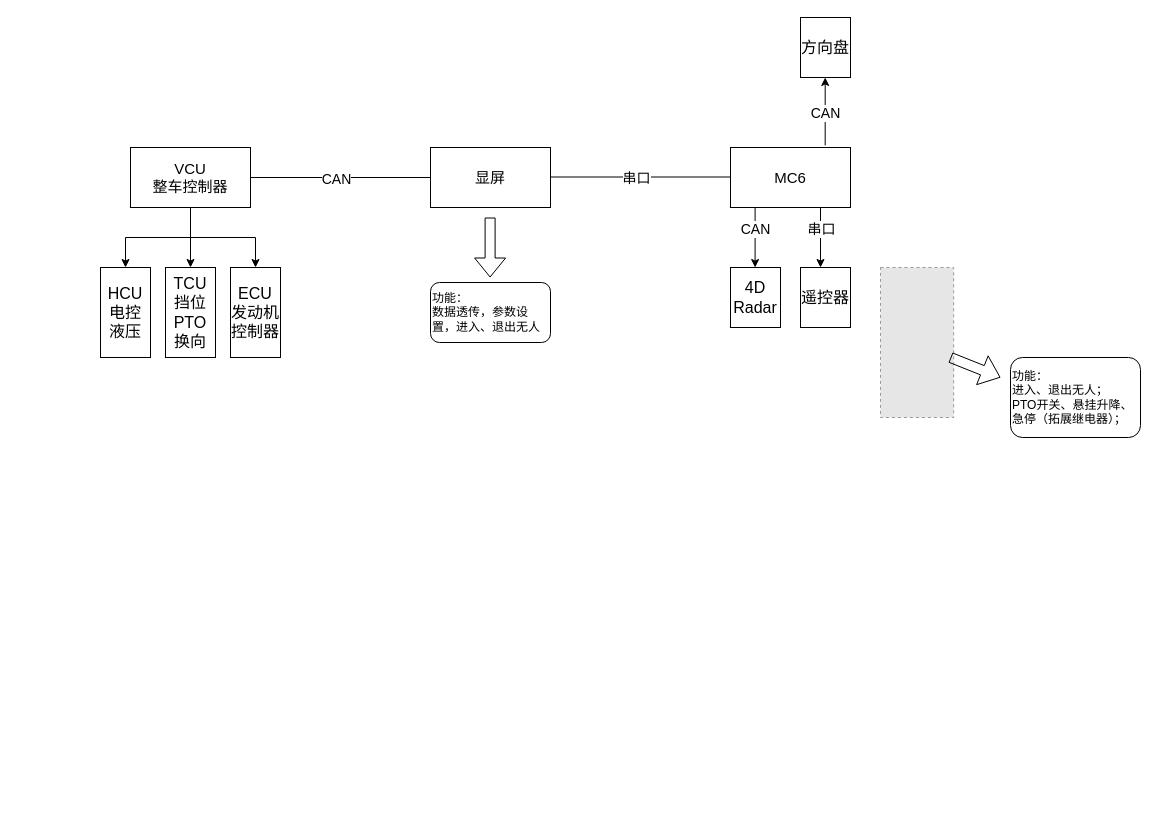
Hanye1108/drawio keeps this draw.io diagram as unis_常发.drawio. Above is the earlier version. Source tidied: cells renumbered, new cells numbered last; positions are measured from the earlier drawing's top-left corner, leaving out a move shared by most shapes. Both pictures are drawn from the tidied source at 100%, with x=0, y=0 at pixel (100, 17). Pictures stored in the file or linked from it are replaced by grey dashed boxes.
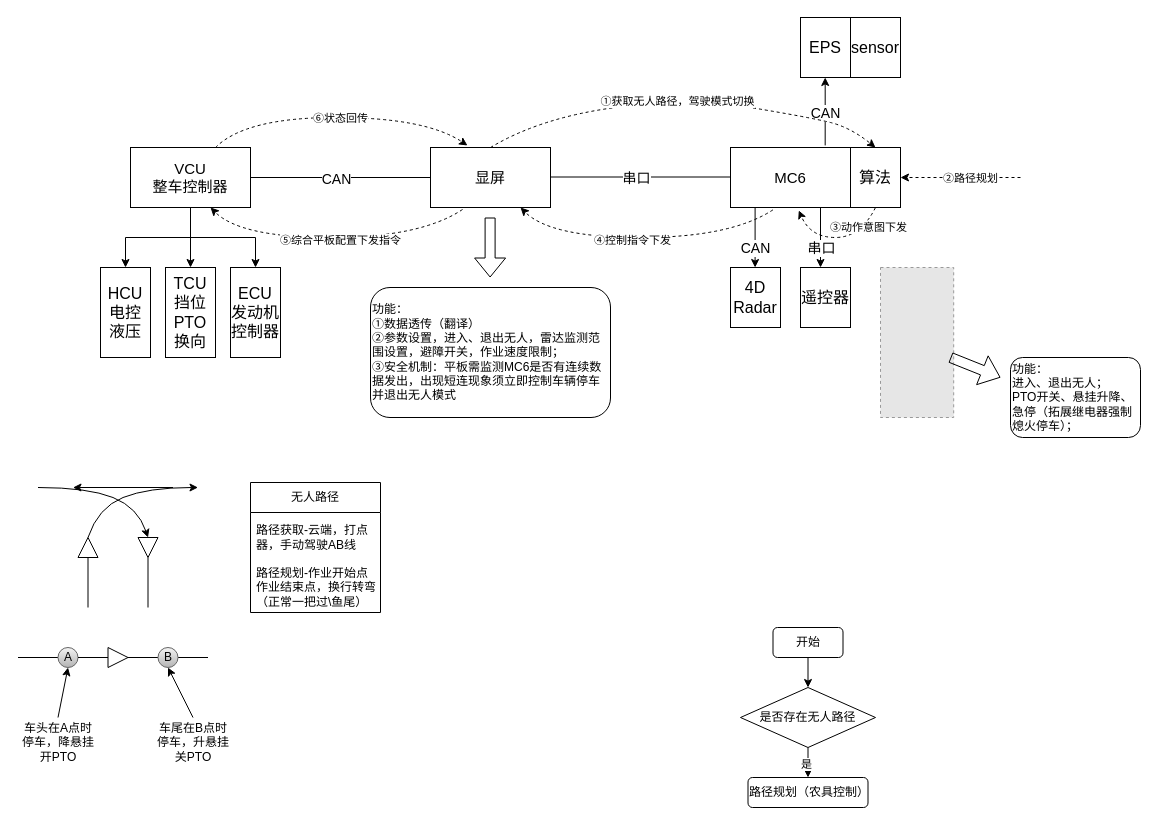
The same diagram, later.

The change refers to these unchanged cells:
```xml
<mxCell id="8" value="&lt;font style=&quot;font-size: 15px;&quot;&gt;显屏&lt;/font&gt;" style="rounded=0;whiteSpace=wrap;html=1;" parent="1" vertex="1">
  <mxGeometry x="330" y="130" width="120" height="60" as="geometry" />
</mxCell>
<mxCell id="9" value="&lt;font style=&quot;font-size: 15px;&quot;&gt;MC6&lt;/font&gt;" style="rounded=0;whiteSpace=wrap;html=1;" parent="1" vertex="1">
  <mxGeometry x="630" y="130" width="120" height="60" as="geometry" />
</mxCell>
<mxCell id="17" style="endArrow=classic;html=1;rounded=0;exitX=0.25;exitY=1;exitDx=0;exitDy=0;" parent="1" edge="1">
  <mxGeometry relative="1" as="geometry">
    <mxPoint x="654.6" y="190" as="sourcePoint" />
    <mxPoint x="654.6" y="250" as="targetPoint" />
  </mxGeometry>
</mxCell>
<mxCell id="19" style="endArrow=classic;html=1;rounded=0;exitX=0.25;exitY=1;exitDx=0;exitDy=0;" parent="1" edge="1">
  <mxGeometry relative="1" as="geometry">
    <mxPoint x="720" y="190" as="sourcePoint" />
    <mxPoint x="720" y="250" as="targetPoint" />
  </mxGeometry>
</mxCell>
```

The edit, as a diff of the source:
```diff
@@
     <mxCell id="18" value="CAN" style="edgeLabel;html=1;align=center;verticalAlign=middle;fontSize=14;" parent="17" vertex="1">
       <mxGeometry x="-0.18" relative="1" as="geometry">
-        <mxPoint y="-4" as="offset" />
+        <mxPoint y="15" as="offset" />
       </mxGeometry>
     </mxCell>
@@
     <mxCell id="20" value="串口" style="edgeLabel;html=1;align=center;verticalAlign=middle;fontSize=14;" parent="19" vertex="1">
       <mxGeometry x="-0.24" relative="1" as="geometry">
-        <mxPoint y="-2" as="offset" />
+        <mxPoint y="17" as="offset" />
       </mxGeometry>
     </mxCell>
@@
-    <mxCell id="23" value="功能：&lt;br&gt;进入、退出无人；&lt;br&gt;PTO开关、悬挂升降、急停（拓展继电器）；" style="rounded=1;whiteSpace=wrap;html=1;align=left;" parent="1" vertex="1">
+    <mxCell id="23" value="功能：&lt;br&gt;进入、退出无人；&lt;br&gt;PTO开关、悬挂升降、急停（拓展继电器强制熄火停车）；" style="rounded=1;whiteSpace=wrap;html=1;align=left;" parent="1" vertex="1">
       <mxGeometry x="910" y="340" width="130" height="80" as="geometry" />
     </mxCell>
@@
-    <mxCell id="25" value="功能：&lt;div&gt;数据透传，参数设置，进入、退出无人&lt;/div&gt;" style="rounded=1;whiteSpace=wrap;html=1;align=left;" parent="1" vertex="1">
-      <mxGeometry x="330" y="265" width="120" height="60" as="geometry" />
+    <mxCell id="25" value="功能：&lt;div&gt;①数据透传（翻译）&lt;/div&gt;&lt;div&gt;②参数设置，进入、退出无人，雷达监测范围设置，避障开关，作业速度限制；&lt;/div&gt;&lt;div&gt;③安全机制：&lt;span style=&quot;background-color: transparent; color: light-dark(rgb(0, 0, 0), rgb(255, 255, 255));&quot;&gt;平板需监测MC6是否有连续数据发出，出现短连现象须立即控制车辆停车并退出无人模式&lt;/span&gt;&lt;/div&gt;" style="rounded=1;whiteSpace=wrap;html=1;align=left;" parent="1" vertex="1">
+      <mxGeometry x="270" y="270" width="240" height="130" as="geometry" />
     </mxCell>
-    <mxCell id="26" value="&lt;span style=&quot;font-size: 16px;&quot;&gt;方向盘&lt;/span&gt;" style="rounded=0;whiteSpace=wrap;html=1;" parent="1" vertex="1">
+    <mxCell id="26" value="&lt;span style=&quot;font-size: 16px;&quot;&gt;EPS&lt;/span&gt;" style="rounded=0;whiteSpace=wrap;html=1;" parent="1" vertex="1">
       <mxGeometry x="700" width="50" height="60" as="geometry" />
     </mxCell>
@@
+    <mxCell id="29" value="&lt;span style=&quot;font-size: 16px;&quot;&gt;sensor&lt;/span&gt;" style="rounded=0;whiteSpace=wrap;html=1;" parent="1" vertex="1">
+      <mxGeometry x="750" width="50" height="60" as="geometry" />
+    </mxCell>
+    <mxCell id="30" value="无人路径" style="swimlane;fontStyle=0;horizontal=1;startSize=30;whiteSpace=wrap;html=1;" parent="1" vertex="1">
+      <mxGeometry x="150" y="465" width="130" height="130" as="geometry" />
+    </mxCell>
+    <mxCell id="31" value="路径获取-云端，打点器，手动驾驶AB线" style="text;strokeColor=none;fillColor=none;align=left;verticalAlign=middle;spacingLeft=4;spacingRight=4;overflow=hidden;whiteSpace=wrap;html=1;" parent="30" vertex="1">
+      <mxGeometry y="30" width="130" height="50" as="geometry" />
+    </mxCell>
+    <mxCell id="32" value="路径规划-作业开始点作业结束点，换行转弯（正常一把过\鱼尾）" style="text;strokeColor=none;fillColor=none;align=left;verticalAlign=middle;spacingLeft=4;spacingRight=4;overflow=hidden;whiteSpace=wrap;html=1;" parent="30" vertex="1">
+      <mxGeometry y="80" width="130" height="50" as="geometry" />
+    </mxCell>
+    <mxCell id="33" style="endArrow=none;html=1;rounded=0;" parent="1" edge="1" source="39">
+      <mxGeometry relative="1" as="geometry">
+        <mxPoint x="-12.5" y="520" as="targetPoint" />
+      </mxGeometry>
+    </mxCell>
+    <mxCell id="34" style="endArrow=none;html=1;rounded=0;" parent="1" edge="1" source="41">
+      <mxGeometry relative="1" as="geometry">
+        <mxPoint x="47.5" y="520" as="targetPoint" />
+      </mxGeometry>
+    </mxCell>
+    <mxCell id="35" style="curved=1;endArrow=classic;html=1;rounded=0;" parent="1" edge="1">
+      <mxGeometry relative="1" as="geometry">
+        <mxPoint x="-12.5" y="520" as="sourcePoint" />
+        <mxPoint x="97.5" y="470" as="targetPoint" />
+        <Array as="points">
+          <mxPoint x="-2.5" y="490" />
+          <mxPoint x="47.5" y="470" />
+        </Array>
+      </mxGeometry>
+    </mxCell>
+    <mxCell id="36" style="endArrow=classic;html=1;rounded=0;" parent="1" edge="1">
+      <mxGeometry relative="1" as="geometry">
+        <mxPoint x="72.5" y="470" as="sourcePoint" />
+        <mxPoint x="-27.5" y="470" as="targetPoint" />
+      </mxGeometry>
+    </mxCell>
+    <mxCell id="37" style="curved=1;endArrow=classic;html=1;rounded=0;" parent="1" edge="1">
+      <mxGeometry relative="1" as="geometry">
+        <mxPoint x="-62.5" y="470" as="sourcePoint" />
+        <mxPoint x="47.5" y="520" as="targetPoint" />
+        <Array as="points">
+          <mxPoint x="-12.5" y="470" />
+          <mxPoint x="37.5" y="490" />
+        </Array>
+      </mxGeometry>
+    </mxCell>
+    <mxCell id="38" style="endArrow=none;html=1;rounded=0;" parent="1" edge="1" target="39">
+      <mxGeometry relative="1" as="geometry">
+        <mxPoint x="-12.5" y="590" as="sourcePoint" />
+      </mxGeometry>
+    </mxCell>
+    <mxCell id="39" style="triangle;whiteSpace=wrap;html=1;rotation=-90;" parent="1" vertex="1">
+      <mxGeometry x="-22.5" y="520" width="20" height="20" as="geometry" />
+    </mxCell>
+    <mxCell id="40" style="endArrow=none;html=1;rounded=0;" parent="1" edge="1" target="41">
+      <mxGeometry relative="1" as="geometry">
+        <mxPoint x="47.5" y="590" as="sourcePoint" />
+      </mxGeometry>
+    </mxCell>
+    <mxCell id="41" style="triangle;whiteSpace=wrap;html=1;rotation=90;" parent="1" vertex="1">
+      <mxGeometry x="37.5" y="520" width="20" height="20" as="geometry" />
+    </mxCell>
+    <mxCell id="42" style="endArrow=none;html=1;rounded=0;" parent="1" edge="1" source="46">
+      <mxGeometry relative="1" as="geometry">
+        <mxPoint x="107.5" y="640" as="targetPoint" />
+      </mxGeometry>
+    </mxCell>
+    <mxCell id="43" style="endArrow=none;html=1;rounded=0;" parent="1" edge="1" target="44">
+      <mxGeometry relative="1" as="geometry">
+        <mxPoint x="-82.5" y="640" as="sourcePoint" />
+      </mxGeometry>
+    </mxCell>
+    <mxCell id="44" value="A" style="ellipse;whiteSpace=wrap;html=1;fillColor=#f5f5f5;gradientColor=#b3b3b3;strokeColor=#666666;" parent="1" vertex="1">
+      <mxGeometry x="-42.5" y="630" width="20" height="20" as="geometry" />
+    </mxCell>
+    <mxCell id="45" style="endArrow=none;html=1;rounded=0;" parent="1" edge="1" source="52">
+      <mxGeometry relative="1" as="geometry">
+        <mxPoint x="67.5" y="640" as="targetPoint" />
+      </mxGeometry>
+    </mxCell>
+    <mxCell id="46" value="B" style="ellipse;whiteSpace=wrap;html=1;fillColor=#f5f5f5;gradientColor=#b3b3b3;strokeColor=#666666;" parent="1" vertex="1">
+      <mxGeometry x="57.5" y="630" width="20" height="20" as="geometry" />
+    </mxCell>
+    <mxCell id="47" style="endArrow=classic;html=1;rounded=0;exitX=0.5;exitY=0;exitDx=0;exitDy=0;entryX=0.5;entryY=1;entryDx=0;entryDy=0;" parent="1" edge="1" source="48" target="44">
+      <mxGeometry relative="1" as="geometry" />
+    </mxCell>
+    <mxCell id="48" value="车头在A点时停车，降悬挂开PTO" style="text;html=1;whiteSpace=wrap;strokeColor=none;fillColor=none;align=center;verticalAlign=middle;rounded=0;" parent="1" vertex="1">
+      <mxGeometry x="-82.5" y="700" width="80" height="50" as="geometry" />
+    </mxCell>
+    <mxCell id="49" style="endArrow=classic;html=1;rounded=0;entryX=0.5;entryY=1;entryDx=0;entryDy=0;" parent="1" edge="1" target="46">
+      <mxGeometry relative="1" as="geometry">
+        <mxPoint x="92.5" y="700" as="sourcePoint" />
+      </mxGeometry>
+    </mxCell>
+    <mxCell id="50" value="车尾在B点时停车，升悬挂关PTO" style="text;html=1;whiteSpace=wrap;strokeColor=none;fillColor=none;align=center;verticalAlign=middle;rounded=0;" parent="1" vertex="1">
+      <mxGeometry x="52.5" y="700" width="80" height="50" as="geometry" />
+    </mxCell>
+    <mxCell id="51" style="endArrow=none;html=1;rounded=0;" parent="1" edge="1" source="44" target="52">
+      <mxGeometry relative="1" as="geometry" />
+    </mxCell>
+    <mxCell id="52" style="triangle;whiteSpace=wrap;html=1;rotation=0;" parent="1" vertex="1">
+      <mxGeometry x="7.5" y="630" width="20" height="20" as="geometry" />
+    </mxCell>
+    <mxCell id="53" style="edgeStyle=orthogonalEdgeStyle;rounded=0;jettySize=auto;html=1;exitX=0.5;exitY=1;exitDx=0;exitDy=0;entryX=0.5;entryY=0;entryDx=0;entryDy=0;" parent="1" edge="1" source="54" target="57">
+      <mxGeometry relative="1" as="geometry" />
+    </mxCell>
+    <mxCell id="54" value="开始" style="rounded=1;whiteSpace=wrap;html=1;" parent="1" vertex="1">
+      <mxGeometry x="672.5" y="610" width="70" height="30" as="geometry" />
+    </mxCell>
+    <mxCell id="55" style="edgeStyle=orthogonalEdgeStyle;rounded=0;jettySize=auto;html=1;exitX=0.5;exitY=1;exitDx=0;exitDy=0;entryX=0.5;entryY=0;entryDx=0;entryDy=0;" parent="1" edge="1" source="57" target="58">
+      <mxGeometry relative="1" as="geometry" />
+    </mxCell>
+    <mxCell id="56" value="是" style="edgeLabel;html=1;align=center;verticalAlign=middle;" parent="55" vertex="1">
+      <mxGeometry x="0.07" y="-2" relative="1" as="geometry" />
+    </mxCell>
+    <mxCell id="57" value="是否存在无人路径" style="rhombus;whiteSpace=wrap;html=1;" parent="1" vertex="1">
+      <mxGeometry x="640" y="670" width="135" height="60" as="geometry" />
+    </mxCell>
+    <mxCell id="58" value="路径规划（农具控制）" style="rounded=1;whiteSpace=wrap;html=1;" parent="1" vertex="1">
+      <mxGeometry x="647.5" y="760" width="120" height="30" as="geometry" />
+    </mxCell>
+    <mxCell id="59" style="curved=1;endArrow=classic;html=1;rounded=0;entryX=0.5;entryY=0;entryDx=0;entryDy=0;dashed=1;" parent="1" edge="1" target="61">
+      <mxGeometry relative="1" as="geometry">
+        <mxPoint x="390" y="130" as="sourcePoint" />
+        <Array as="points">
+          <mxPoint x="440" y="100" />
+          <mxPoint x="590" y="80" />
+          <mxPoint x="710" y="100" />
+          <mxPoint x="750" y="110" />
+        </Array>
+      </mxGeometry>
+    </mxCell>
+    <mxCell id="60" value="①获取无人路径，驾驶模式切换" style="edgeLabel;html=1;align=center;verticalAlign=middle;" parent="59" vertex="1">
+      <mxGeometry x="-0.03" y="-2" relative="1" as="geometry" />
+    </mxCell>
+    <mxCell id="61" value="&lt;span style=&quot;font-size: 16px;&quot;&gt;算法&lt;/span&gt;" style="rounded=0;whiteSpace=wrap;html=1;" parent="1" vertex="1">
+      <mxGeometry x="750" y="130" width="50" height="60" as="geometry" />
+    </mxCell>
+    <mxCell id="62" style="curved=1;endArrow=classic;html=1;rounded=0;exitX=0.5;exitY=1;exitDx=0;exitDy=0;entryX=0.569;entryY=1.049;entryDx=0;entryDy=0;entryPerimeter=0;dashed=1;" parent="1" edge="1" source="61" target="9">
+      <mxGeometry relative="1" as="geometry">
+        <Array as="points">
+          <mxPoint x="760" y="220" />
+          <mxPoint x="710" y="220" />
+        </Array>
+      </mxGeometry>
+    </mxCell>
+    <mxCell id="63" value="③动作意图下发" style="edgeLabel;html=1;align=center;verticalAlign=middle;" parent="62" vertex="1">
+      <mxGeometry x="-0.49" y="-7" relative="1" as="geometry">
+        <mxPoint x="12" y="-3" as="offset" />
+      </mxGeometry>
+    </mxCell>
+    <mxCell id="64" style="curved=1;endArrow=classic;html=1;rounded=0;exitX=0.353;exitY=1.04;exitDx=0;exitDy=0;exitPerimeter=0;entryX=0.75;entryY=1;entryDx=0;entryDy=0;dashed=1;" parent="1" edge="1" source="9" target="8">
+      <mxGeometry relative="1" as="geometry">
+        <Array as="points">
+          <mxPoint x="630" y="220" />
+          <mxPoint x="450" y="220" />
+        </Array>
+      </mxGeometry>
+    </mxCell>
+    <mxCell id="65" value="④控制指令下发" style="edgeLabel;html=1;align=center;verticalAlign=middle;" parent="64" vertex="1">
+      <mxGeometry x="0.09" y="2" relative="1" as="geometry" />
+    </mxCell>
+    <mxCell id="66" style="endArrow=classic;html=1;rounded=0;entryX=1;entryY=0.5;entryDx=0;entryDy=0;dashed=1;" parent="1" edge="1" target="61">
+      <mxGeometry relative="1" as="geometry">
+        <mxPoint x="920" y="160" as="sourcePoint" />
+      </mxGeometry>
+    </mxCell>
+    <mxCell id="67" value="②路径规划" style="edgeLabel;html=1;align=center;verticalAlign=middle;" parent="66" vertex="1">
+      <mxGeometry x="0.21" y="-2" relative="1" as="geometry">
+        <mxPoint x="22" y="2" as="offset" />
+      </mxGeometry>
+    </mxCell>
+    <mxCell id="68" style="curved=1;endArrow=classic;html=1;rounded=0;exitX=0.353;exitY=1.04;exitDx=0;exitDy=0;exitPerimeter=0;entryX=0.75;entryY=1;entryDx=0;entryDy=0;dashed=1;" parent="1" edge="1">
+      <mxGeometry relative="1" as="geometry">
+        <mxPoint x="362" y="192" as="sourcePoint" />
+        <mxPoint x="110" y="190" as="targetPoint" />
+        <Array as="points">
+          <mxPoint x="320" y="220" />
+          <mxPoint x="140" y="220" />
+        </Array>
+      </mxGeometry>
+    </mxCell>
+    <mxCell id="69" value="⑤综合平板配置下发指令" style="edgeLabel;html=1;align=center;verticalAlign=middle;" parent="68" vertex="1">
+      <mxGeometry x="0.09" y="2" relative="1" as="geometry">
+        <mxPoint x="18" as="offset" />
+      </mxGeometry>
+    </mxCell>
+    <mxCell id="70" style="curved=1;endArrow=classic;html=1;rounded=0;exitX=0.353;exitY=1.04;exitDx=0;exitDy=0;exitPerimeter=0;entryX=0.75;entryY=1;entryDx=0;entryDy=0;dashed=1;flowAnimation=0;" parent="1" edge="1">
+      <mxGeometry relative="1" as="geometry">
+        <mxPoint x="115" y="130" as="sourcePoint" />
+        <mxPoint x="367" y="128" as="targetPoint" />
+        <Array as="points">
+          <mxPoint x="145" y="100" />
+          <mxPoint x="325" y="100" />
+        </Array>
+      </mxGeometry>
+    </mxCell>
+    <mxCell id="71" value="⑥状态回传" style="edgeLabel;html=1;align=center;verticalAlign=middle;" parent="70" vertex="1">
+      <mxGeometry x="0.09" y="2" relative="1" as="geometry">
+        <mxPoint x="-12" y="2" as="offset" />
+      </mxGeometry>
+    </mxCell>
```
